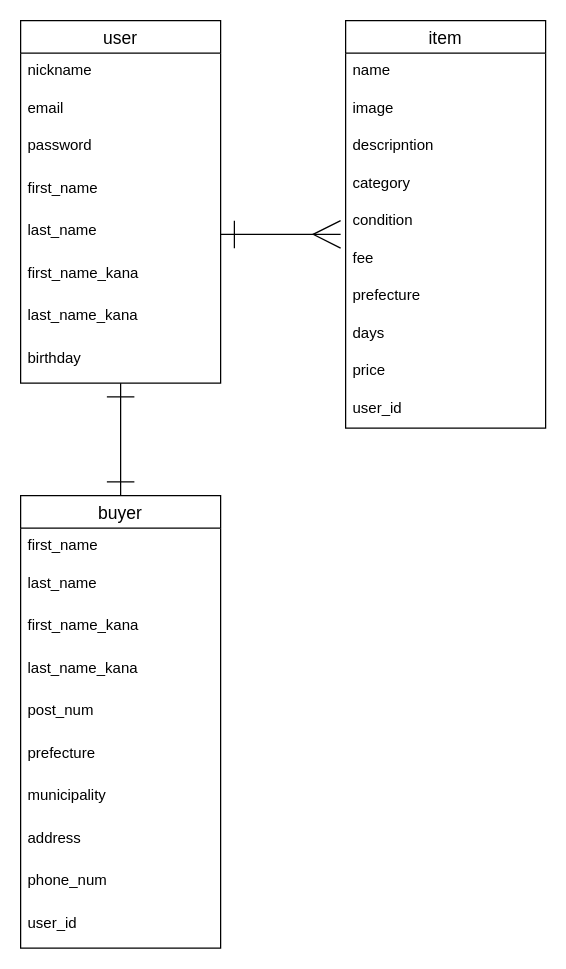
Above: test.dio in yuka7110/furima-32839 (draw.io), before the change. Source tidied: cells renumbered, new cells numbered last; positions are measured from the earlier drawing's top-left corner, leaving out a move shared by most shapes. Both pictures are drawn from the tidied source at 125%, with x=0, y=0 at pixel (20, 20).
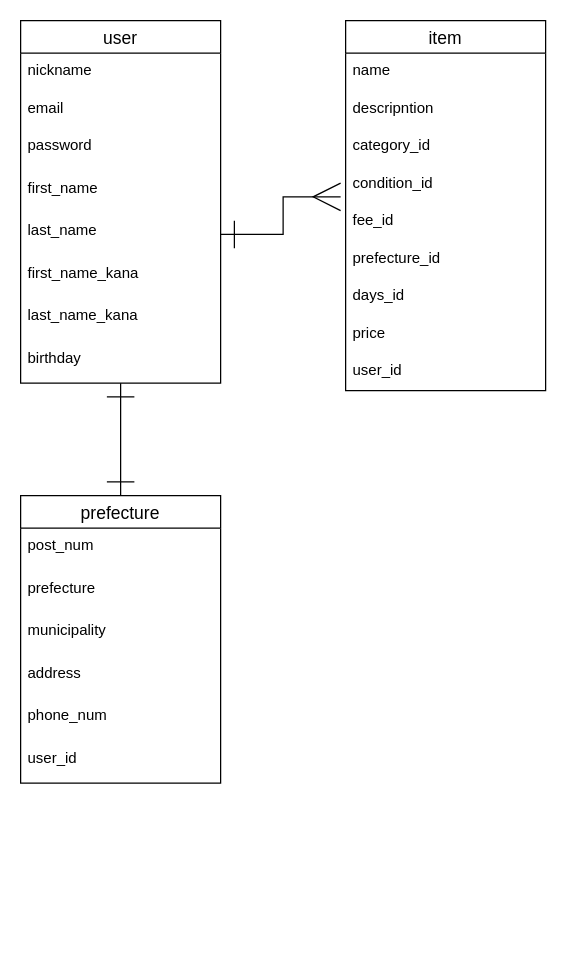
After the change.

Commit message (it also covers changes not shown here):
ER図とREADMEの修正

What changed in the source:
```diff
@@
     <mxCell id="2" value="item" style="swimlane;fontStyle=0;horizontal=1;startSize=26;align=center;fontSize=14;" parent="1" vertex="1">
-      <mxGeometry x="260" width="160" height="326" as="geometry" />
+      <mxGeometry x="260" width="160" height="296" as="geometry" />
     </mxCell>
-    <mxCell id="3" value="name" style="text;strokeColor=none;fillColor=none;spacingLeft=4;spacingRight=4;overflow=hidden;fontSize=12;" parent="2" vertex="1">
-      <mxGeometry y="26" width="160" height="30" as="geometry" />
-    </mxCell>
-    <mxCell id="4" value="image" style="text;strokeColor=none;fillColor=none;spacingLeft=4;spacingRight=4;overflow=hidden;fontSize=12;" parent="2" vertex="1">
-      <mxGeometry y="56" width="160" height="30" as="geometry" />
-    </mxCell>
-    <mxCell id="5" value="descripntion&#10;" style="text;strokeColor=none;fillColor=none;spacingLeft=4;spacingRight=4;overflow=hidden;fontSize=12;" parent="2" vertex="1">
-      <mxGeometry y="86" width="160" height="30" as="geometry" />
+    <mxCell id="5" value="name" style="text;strokeColor=none;fillColor=none;spacingLeft=4;spacingRight=4;overflow=hidden;fontSize=12;" parent="2" vertex="1">
+      <mxGeometry y="26" width="160" height="30" as="geometry" />
     </mxCell>
+    <mxCell id="35" value="descripntion&#10;" style="text;strokeColor=none;fillColor=none;spacingLeft=4;spacingRight=4;overflow=hidden;fontSize=12;" parent="2" vertex="1">
+      <mxGeometry y="56" width="160" height="30" as="geometry" />
+    </mxCell>
-    <mxCell id="6" value="category" style="text;strokeColor=none;fillColor=none;spacingLeft=4;spacingRight=4;overflow=hidden;fontSize=12;" parent="2" vertex="1">
-      <mxGeometry y="116" width="160" height="30" as="geometry" />
+    <mxCell id="6" value="category_id" style="text;strokeColor=none;fillColor=none;spacingLeft=4;spacingRight=4;overflow=hidden;fontSize=12;" parent="2" vertex="1">
+      <mxGeometry y="86" width="160" height="30" as="geometry" />
     </mxCell>
-    <mxCell id="7" value="condition" style="text;strokeColor=none;fillColor=none;spacingLeft=4;spacingRight=4;overflow=hidden;points=[[0,0.5],[1,0.5]];portConstraint=eastwest;fontSize=12;" parent="2" vertex="1">
-      <mxGeometry y="146" width="160" height="30" as="geometry" />
+    <mxCell id="7" value="condition_id" style="text;strokeColor=none;fillColor=none;spacingLeft=4;spacingRight=4;overflow=hidden;points=[[0,0.5],[1,0.5]];portConstraint=eastwest;fontSize=12;" parent="2" vertex="1">
+      <mxGeometry y="116" width="160" height="30" as="geometry" />
     </mxCell>
-    <mxCell id="8" value="fee" style="text;strokeColor=none;fillColor=none;spacingLeft=4;spacingRight=4;overflow=hidden;fontSize=12;" parent="2" vertex="1">
-      <mxGeometry y="176" width="160" height="30" as="geometry" />
+    <mxCell id="8" value="fee_id" style="text;strokeColor=none;fillColor=none;spacingLeft=4;spacingRight=4;overflow=hidden;fontSize=12;" parent="2" vertex="1">
+      <mxGeometry y="146" width="160" height="30" as="geometry" />
     </mxCell>
-    <mxCell id="9" value="prefecture" style="text;strokeColor=none;fillColor=none;spacingLeft=4;spacingRight=4;overflow=hidden;fontSize=12;" parent="2" vertex="1">
-      <mxGeometry y="206" width="160" height="30" as="geometry" />
+    <mxCell id="9" value="prefecture_id" style="text;strokeColor=none;fillColor=none;spacingLeft=4;spacingRight=4;overflow=hidden;fontSize=12;" parent="2" vertex="1">
+      <mxGeometry y="176" width="160" height="30" as="geometry" />
     </mxCell>
-    <mxCell id="10" value="days" style="text;strokeColor=none;fillColor=none;spacingLeft=4;spacingRight=4;overflow=hidden;fontSize=12;" parent="2" vertex="1">
-      <mxGeometry y="236" width="160" height="30" as="geometry" />
+    <mxCell id="10" value="days_id" style="text;strokeColor=none;fillColor=none;spacingLeft=4;spacingRight=4;overflow=hidden;fontSize=12;" parent="2" vertex="1">
+      <mxGeometry y="206" width="160" height="30" as="geometry" />
     </mxCell>
     <mxCell id="11" value="price" style="text;strokeColor=none;fillColor=none;spacingLeft=4;spacingRight=4;overflow=hidden;fontSize=12;" parent="2" vertex="1">
-      <mxGeometry y="266" width="160" height="30" as="geometry" />
+      <mxGeometry y="236" width="160" height="30" as="geometry" />
     </mxCell>
     <mxCell id="12" value="user_id" style="text;strokeColor=none;fillColor=none;spacingLeft=4;spacingRight=4;overflow=hidden;fontSize=12;" parent="2" vertex="1">
-      <mxGeometry y="296" width="160" height="30" as="geometry" />
+      <mxGeometry y="266" width="160" height="30" as="geometry" />
     </mxCell>
@@
-    <mxCell id="23" value="buyer" style="swimlane;fontStyle=0;horizontal=1;startSize=26;align=center;fontSize=14;" parent="1" vertex="1">
-      <mxGeometry y="380" width="160" height="362" as="geometry" />
+    <mxCell id="23" value="prefecture" style="swimlane;fontStyle=0;horizontal=1;startSize=26;align=center;fontSize=14;" parent="1" vertex="1">
+      <mxGeometry y="380" width="160" height="230" as="geometry" />
     </mxCell>
-    <mxCell id="24" value="first_name" style="text;strokeColor=none;fillColor=none;spacingLeft=4;spacingRight=4;overflow=hidden;fontSize=12;" parent="23" vertex="1">
-      <mxGeometry y="26" width="160" height="30" as="geometry" />
-    </mxCell>
-    <mxCell id="25" value="last_name" style="text;strokeColor=none;fillColor=none;spacingLeft=4;spacingRight=4;overflow=hidden;fontSize=12;" parent="23" vertex="1">
-      <mxGeometry y="56" width="160" height="34" as="geometry" />
-    </mxCell>
-    <mxCell id="26" value="first_name_kana" style="text;strokeColor=none;fillColor=none;spacingLeft=4;spacingRight=4;overflow=hidden;fontSize=12;" parent="23" vertex="1">
-      <mxGeometry y="90" width="160" height="34" as="geometry" />
-    </mxCell>
-    <mxCell id="27" value="last_name_kana" style="text;strokeColor=none;fillColor=none;spacingLeft=4;spacingRight=4;overflow=hidden;fontSize=12;" parent="23" vertex="1">
-      <mxGeometry y="124" width="160" height="34" as="geometry" />
-    </mxCell>
     <mxCell id="28" value="post_num" style="text;strokeColor=none;fillColor=none;spacingLeft=4;spacingRight=4;overflow=hidden;fontSize=12;" parent="23" vertex="1">
-      <mxGeometry y="158" width="160" height="34" as="geometry" />
+      <mxGeometry y="26" width="160" height="34" as="geometry" />
     </mxCell>
     <mxCell id="29" value="prefecture" style="text;strokeColor=none;fillColor=none;spacingLeft=4;spacingRight=4;overflow=hidden;fontSize=12;" parent="23" vertex="1">
-      <mxGeometry y="192" width="160" height="34" as="geometry" />
+      <mxGeometry y="60" width="160" height="34" as="geometry" />
     </mxCell>
     <mxCell id="30" value="municipality" style="text;strokeColor=none;fillColor=none;spacingLeft=4;spacingRight=4;overflow=hidden;fontSize=12;" parent="23" vertex="1">
-      <mxGeometry y="226" width="160" height="34" as="geometry" />
+      <mxGeometry y="94" width="160" height="34" as="geometry" />
     </mxCell>
     <mxCell id="31" value="address" style="text;strokeColor=none;fillColor=none;spacingLeft=4;spacingRight=4;overflow=hidden;fontSize=12;" parent="23" vertex="1">
-      <mxGeometry y="260" width="160" height="34" as="geometry" />
+      <mxGeometry y="128" width="160" height="34" as="geometry" />
     </mxCell>
     <mxCell id="32" value="phone_num" style="text;strokeColor=none;fillColor=none;spacingLeft=4;spacingRight=4;overflow=hidden;fontSize=12;" parent="23" vertex="1">
-      <mxGeometry y="294" width="160" height="34" as="geometry" />
+      <mxGeometry y="162" width="160" height="34" as="geometry" />
     </mxCell>
     <mxCell id="33" value="user_id" style="text;strokeColor=none;fillColor=none;spacingLeft=4;spacingRight=4;overflow=hidden;fontSize=12;" parent="23" vertex="1">
-      <mxGeometry y="328" width="160" height="34" as="geometry" />
+      <mxGeometry y="196" width="160" height="34" as="geometry" />
     </mxCell>
```
